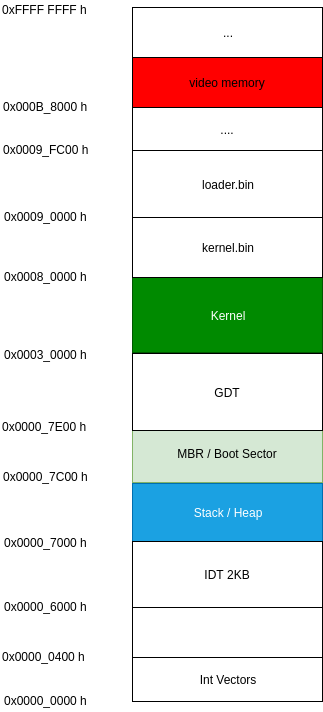
This is image/mem.png from chainhelen/RKMF-OS, a draw.io export, as it was before one commit. Source tidied: cells renumbered, new cells last; positions are measured from the earlier drawing's top-left corner, leaving out a move shared by most shapes.
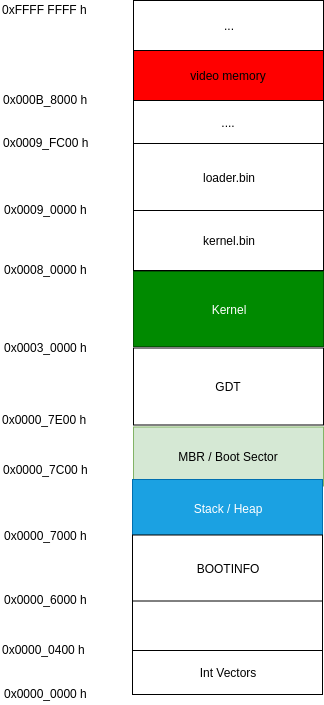
The same diagram one commit later.

Commit message:
modify mem distribution

Change to the diagram source:
```diff
@@ -18,16 +18,16 @@
       <mxGeometry x="1" y="467" width="100" height="20" as="geometry" />
     </mxCell>
     <mxCell id="7" value="MBR / Boot Sector" style="rounded=0;whiteSpace=wrap;html=1;fillColor=#d5e8d4;strokeColor=#82b366;" parent="1" vertex="1">
-      <mxGeometry x="146" y="437" width="190" height="59" as="geometry" />
+      <mxGeometry x="147" y="447.5" width="190" height="59" as="geometry" />
     </mxCell>
     <mxCell id="8" value="0x0000_7E00 h" style="text;html=1;align=left;verticalAlign=top;spacingTop=-4;" parent="1" vertex="1">
       <mxGeometry y="417" width="100" height="20" as="geometry" />
     </mxCell>
     <mxCell id="9" value="Stack / Heap" style="rounded=0;whiteSpace=wrap;html=1;fillColor=#1ba1e2;strokeColor=#006EAF;fontColor=#ffffff;" parent="1" vertex="1">
-      <mxGeometry x="146" y="497" width="190" height="58" as="geometry" />
+      <mxGeometry x="146" y="500" width="190" height="58" as="geometry" />
     </mxCell>
-    <mxCell id="10" value="IDT 2KB" style="rounded=0;whiteSpace=wrap;html=1;" parent="1" vertex="1">
-      <mxGeometry x="132" y="541" width="190" height="66" as="geometry" />
+    <mxCell id="10" value="BOOTINFO" style="rounded=0;whiteSpace=wrap;html=1;" parent="1" vertex="1">
+      <mxGeometry x="146" y="555.5" width="190" height="66" as="geometry" />
     </mxCell>
     <mxCell id="11" value="0x0000_7000 h" style="text;html=1;align=left;verticalAlign=top;spacingTop=-4;" parent="1" vertex="1">
       <mxGeometry x="2" y="533" width="100" height="20" as="geometry" />
@@ -36,7 +36,7 @@
       <mxGeometry x="2" y="597" width="100" height="20" as="geometry" />
     </mxCell>
     <mxCell id="13" value="GDT" style="rounded=0;whiteSpace=wrap;html=1;" parent="1" vertex="1">
-      <mxGeometry x="146" y="367" width="190" height="77" as="geometry" />
+      <mxGeometry x="147" y="368.5" width="190" height="77" as="geometry" />
     </mxCell>
     <mxCell id="14" value="0x0003_0000 h" style="text;html=1;align=left;verticalAlign=top;spacingTop=-4;" parent="1" vertex="1">
       <mxGeometry x="2" y="345" width="100" height="20" as="geometry" />
@@ -45,34 +45,34 @@
       <mxGeometry x="2" y="267" width="100" height="20" as="geometry" />
     </mxCell>
     <mxCell id="16" value="Kernel" style="rounded=0;whiteSpace=wrap;html=1;fillColor=#008a00;strokeColor=#005700;fontColor=#ffffff;" parent="1" vertex="1">
-      <mxGeometry x="146" y="291" width="190" height="75" as="geometry" />
+      <mxGeometry x="147" y="292" width="190" height="75" as="geometry" />
     </mxCell>
     <mxCell id="17" value="kernel.bin" style="rounded=0;whiteSpace=wrap;html=1;" parent="1" vertex="1">
-      <mxGeometry x="132" y="217" width="190" height="60" as="geometry" />
+      <mxGeometry x="147" y="231" width="190" height="60" as="geometry" />
     </mxCell>
     <mxCell id="18" value="0x0009_0000 h" style="text;html=1;align=left;verticalAlign=top;spacingTop=-4;" parent="1" vertex="1">
       <mxGeometry x="2" y="207" width="100" height="20" as="geometry" />
     </mxCell>
     <mxCell id="19" value="loader.bin" style="rounded=0;whiteSpace=wrap;html=1;" parent="1" vertex="1">
-      <mxGeometry x="132" y="150" width="190" height="67" as="geometry" />
+      <mxGeometry x="147" y="164" width="190" height="67" as="geometry" />
     </mxCell>
     <mxCell id="20" value="0x0009_FC00 h" style="text;html=1;align=left;verticalAlign=top;spacingTop=-4;" parent="1" vertex="1">
       <mxGeometry x="1" y="140" width="100" height="20" as="geometry" />
     </mxCell>
     <mxCell id="21" value="...." style="rounded=0;whiteSpace=wrap;html=1;" parent="1" vertex="1">
-      <mxGeometry x="132" y="107" width="190" height="43" as="geometry" />
+      <mxGeometry x="147" y="121" width="190" height="43" as="geometry" />
     </mxCell>
     <mxCell id="22" value="video memory" style="rounded=0;whiteSpace=wrap;html=1;fillColor=#FF0000;" parent="1" vertex="1">
-      <mxGeometry x="146" y="71" width="190" height="50" as="geometry" />
+      <mxGeometry x="147" y="71" width="190" height="50" as="geometry" />
     </mxCell>
     <mxCell id="23" value="0x000B_8000 h" style="text;html=1;align=left;verticalAlign=top;spacingTop=-4;" parent="1" vertex="1">
       <mxGeometry x="1" y="97" width="100" height="20" as="geometry" />
     </mxCell>
     <mxCell id="24" value="..." style="rounded=0;whiteSpace=wrap;html=1;" parent="1" vertex="1">
-      <mxGeometry x="132" y="7" width="190" height="50" as="geometry" />
+      <mxGeometry x="147" y="21" width="190" height="50" as="geometry" />
     </mxCell>
     <mxCell id="25" value="0xFFFF FFFF h" style="text;html=1;align=left;verticalAlign=top;spacingTop=-4;" parent="1" vertex="1">
-      <mxGeometry width="100" height="20" as="geometry" />
+      <mxGeometry x="14" y="21" width="100" height="20" as="geometry" />
     </mxCell>
   </root>
 </mxGraphModel>
```
